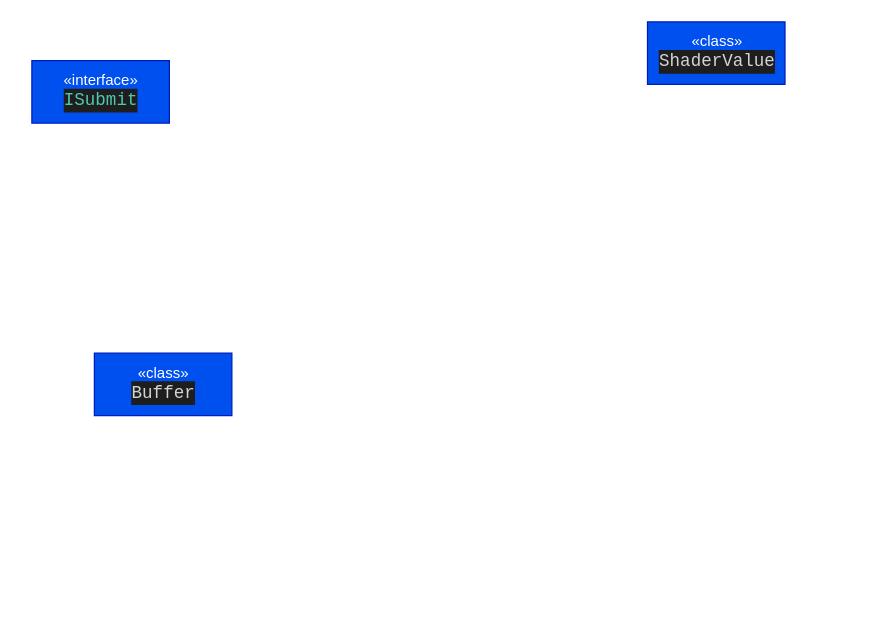
Before: page "laya渲染框架" (5 of 5) of LayaAir2/render2.drawio in breezerzxq/Diagram, a draw.io diagram. Source tidied: cells renumbered, new cells numbered last; positions are measured from the earlier drawing's top-left corner, leaving out a move shared by most shapes. Both pictures are drawn from the tidied source at 125%, with x=0, y=0 at pixel (31, 21).
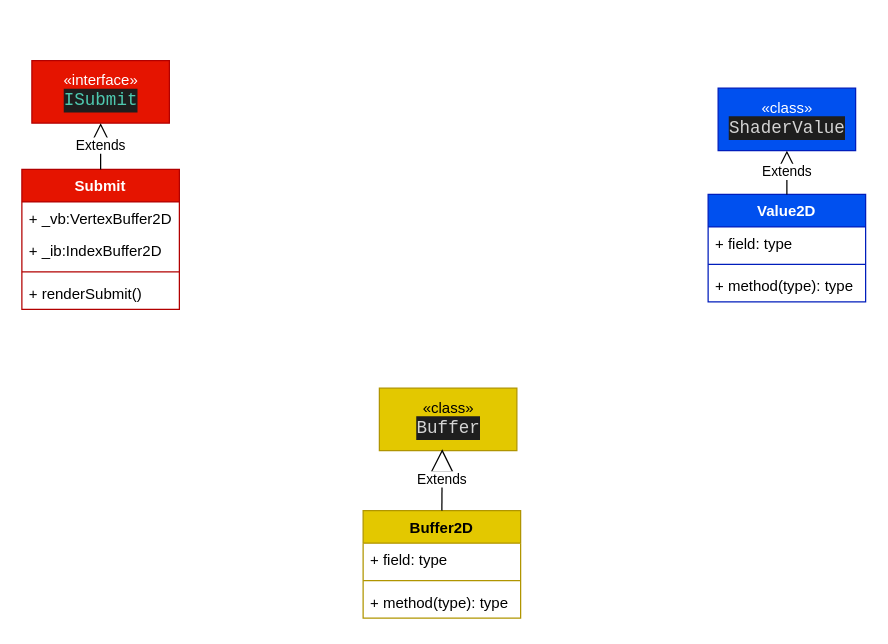
Above is the later version.

Diff of the diagram source:
```diff
@@
     <mxCell id="2" value="«class»&lt;br&gt;&lt;div style=&quot;color: rgb(212, 212, 212); background-color: rgb(30, 30, 30); font-family: Consolas, &amp;quot;Courier New&amp;quot;, monospace; font-size: 14px; line-height: 19px;&quot;&gt;ShaderValue&lt;/div&gt;" style="html=1;fillColor=#0050ef;fontColor=#ffffff;strokeColor=#001DBC;" parent="1" vertex="1">
-      <mxGeometry x="492.5" width="110" height="50" as="geometry" />
+      <mxGeometry x="549" y="53" width="110" height="50" as="geometry" />
     </mxCell>
-    <mxCell id="3" value="«class»&lt;br&gt;&lt;div style=&quot;color: rgb(212, 212, 212); background-color: rgb(30, 30, 30); font-family: Consolas, &amp;quot;Courier New&amp;quot;, monospace; font-size: 14px; line-height: 19px;&quot;&gt;Buffer&lt;/div&gt;" style="html=1;fillColor=#0050ef;fontColor=#ffffff;strokeColor=#001DBC;" parent="1" vertex="1">
-      <mxGeometry x="50" y="265" width="110" height="50" as="geometry" />
+    <mxCell id="3" value="«class»&lt;br&gt;&lt;div style=&quot;color: rgb(212, 212, 212); background-color: rgb(30, 30, 30); font-family: Consolas, &amp;quot;Courier New&amp;quot;, monospace; font-size: 14px; line-height: 19px;&quot;&gt;Buffer&lt;/div&gt;" style="html=1;fillColor=#e3c800;fontColor=#000000;strokeColor=#B09500;" parent="1" vertex="1">
+      <mxGeometry x="278" y="293" width="110" height="50" as="geometry" />
     </mxCell>
-    <mxCell id="4" value="«interface»&lt;br&gt;&lt;div style=&quot;color: rgb(212, 212, 212); background-color: rgb(30, 30, 30); font-family: Consolas, &amp;quot;Courier New&amp;quot;, monospace; font-size: 14px; line-height: 19px;&quot;&gt;&lt;span style=&quot;color: #4ec9b0;&quot;&gt;ISubmit&lt;/span&gt;&lt;/div&gt;" style="html=1;fillColor=#0050ef;fontColor=#ffffff;strokeColor=#001DBC;" parent="1" vertex="1">
+    <mxCell id="4" value="«interface»&lt;br&gt;&lt;div style=&quot;color: rgb(212, 212, 212); background-color: rgb(30, 30, 30); font-family: Consolas, &amp;quot;Courier New&amp;quot;, monospace; font-size: 14px; line-height: 19px;&quot;&gt;&lt;span style=&quot;color: #4ec9b0;&quot;&gt;ISubmit&lt;/span&gt;&lt;/div&gt;" style="html=1;fillColor=#e51400;fontColor=#ffffff;strokeColor=#B20000;" parent="1" vertex="1">
       <mxGeometry y="31" width="110" height="50" as="geometry" />
     </mxCell>
+    <mxCell id="5" value="Value2D" style="swimlane;fontStyle=1;align=center;verticalAlign=top;horizontal=1;startSize=26;fillColor=#0050ef;fontColor=#ffffff;strokeColor=#001DBC;" parent="1" vertex="1">
+      <mxGeometry x="541" y="138" width="126" height="86" as="geometry" />
+    </mxCell>
+    <mxCell id="6" value="+ field: type" style="text;strokeColor=none;fillColor=none;align=left;verticalAlign=top;spacingLeft=4;spacingRight=4;overflow=hidden;" parent="5" vertex="1">
+      <mxGeometry y="26" width="126" height="26" as="geometry" />
+    </mxCell>
+    <mxCell id="7" style="line;strokeWidth=1;fillColor=none;align=left;verticalAlign=middle;spacingTop=-1;spacingLeft=3;spacingRight=3;labelPosition=right;strokeColor=inherit;" parent="5" vertex="1">
+      <mxGeometry y="52" width="126" height="8" as="geometry" />
+    </mxCell>
+    <mxCell id="8" value="+ method(type): type" style="text;strokeColor=none;fillColor=none;align=left;verticalAlign=top;spacingLeft=4;spacingRight=4;overflow=hidden;" parent="5" vertex="1">
+      <mxGeometry y="60" width="126" height="26" as="geometry" />
+    </mxCell>
+    <mxCell id="9" value="Submit" style="swimlane;fontStyle=1;align=center;verticalAlign=top;horizontal=1;startSize=26;fillColor=#e51400;fontColor=#ffffff;strokeColor=#B20000;" parent="1" vertex="1">
+      <mxGeometry x="-8" y="118" width="126" height="112" as="geometry" />
+    </mxCell>
+    <mxCell id="10" value="+ _vb:VertexBuffer2D" style="text;strokeColor=none;fillColor=none;align=left;verticalAlign=top;spacingLeft=4;spacingRight=4;overflow=hidden;" parent="9" vertex="1">
+      <mxGeometry y="26" width="126" height="26" as="geometry" />
+    </mxCell>
+    <mxCell id="11" value="+ _ib:IndexBuffer2D" style="text;strokeColor=none;fillColor=none;align=left;verticalAlign=top;spacingLeft=4;spacingRight=4;overflow=hidden;" parent="9" vertex="1">
+      <mxGeometry y="52" width="126" height="26" as="geometry" />
+    </mxCell>
+    <mxCell id="12" style="line;strokeWidth=1;fillColor=none;align=left;verticalAlign=middle;spacingTop=-1;spacingLeft=3;spacingRight=3;labelPosition=right;strokeColor=inherit;" parent="9" vertex="1">
+      <mxGeometry y="78" width="126" height="8" as="geometry" />
+    </mxCell>
+    <mxCell id="13" value="+ renderSubmit()" style="text;strokeColor=none;fillColor=none;align=left;verticalAlign=top;spacingLeft=4;spacingRight=4;overflow=hidden;" parent="9" vertex="1">
+      <mxGeometry y="86" width="126" height="26" as="geometry" />
+    </mxCell>
+    <mxCell id="14" value="Buffer2D" style="swimlane;fontStyle=1;align=center;verticalAlign=top;horizontal=1;startSize=26;fillColor=#e3c800;fontColor=#000000;strokeColor=#B09500;" parent="1" vertex="1">
+      <mxGeometry x="265" y="391" width="126" height="86" as="geometry" />
+    </mxCell>
+    <mxCell id="15" value="+ field: type" style="text;strokeColor=none;fillColor=none;align=left;verticalAlign=top;spacingLeft=4;spacingRight=4;overflow=hidden;" parent="14" vertex="1">
+      <mxGeometry y="26" width="126" height="26" as="geometry" />
+    </mxCell>
+    <mxCell id="16" style="line;strokeWidth=1;fillColor=none;align=left;verticalAlign=middle;spacingTop=-1;spacingLeft=3;spacingRight=3;labelPosition=right;strokeColor=inherit;" parent="14" vertex="1">
+      <mxGeometry y="52" width="126" height="8" as="geometry" />
+    </mxCell>
+    <mxCell id="17" value="+ method(type): type" style="text;strokeColor=none;fillColor=none;align=left;verticalAlign=top;spacingLeft=4;spacingRight=4;overflow=hidden;" parent="14" vertex="1">
+      <mxGeometry y="60" width="126" height="26" as="geometry" />
+    </mxCell>
+    <mxCell id="18" value="Extends" style="endArrow=block;endSize=16;endFill=0;html=1;rounded=0;entryX=0.5;entryY=1;entryDx=0;entryDy=0;exitX=0.5;exitY=0;exitDx=0;exitDy=0;" parent="1" edge="1" source="5" target="2">
+      <mxGeometry relative="1" as="geometry" />
+    </mxCell>
+    <mxCell id="19" value="Extends" style="endArrow=block;endSize=16;endFill=0;html=1;rounded=0;entryX=0.5;entryY=1;entryDx=0;entryDy=0;exitX=0.5;exitY=0;exitDx=0;exitDy=0;" parent="1" edge="1" source="9" target="4">
+      <mxGeometry relative="1" as="geometry" />
+    </mxCell>
+    <mxCell id="20" value="Extends" style="endArrow=block;endSize=16;endFill=0;html=1;rounded=0;entryX=0.457;entryY=0.978;entryDx=0;entryDy=0;exitX=0.5;exitY=0;exitDx=0;exitDy=0;entryPerimeter=0;" parent="1" edge="1" source="14" target="3">
+      <mxGeometry relative="1" as="geometry" />
+    </mxCell>
```
